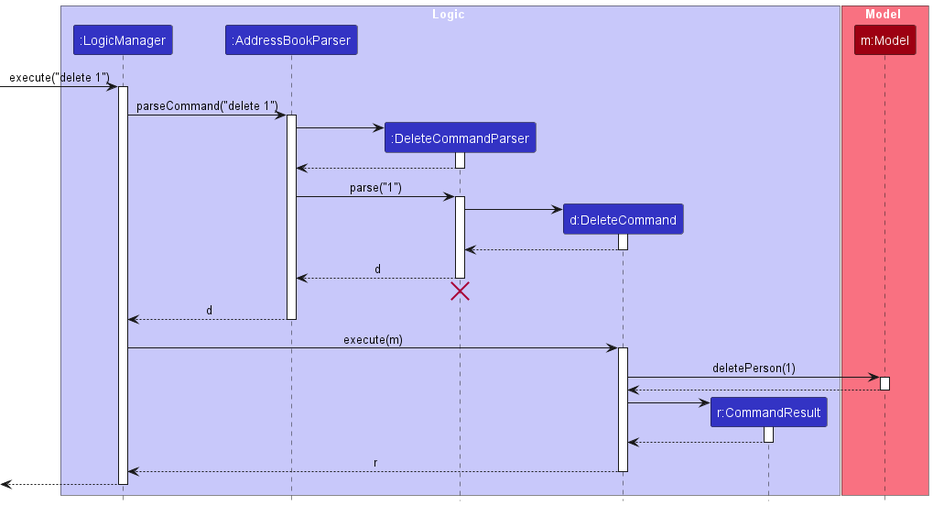
Before: docs/images/DeleteSequenceDiagram.png, a diagram exported from PlantUML (AY2627S1-CS2103T-W11-1/tp).
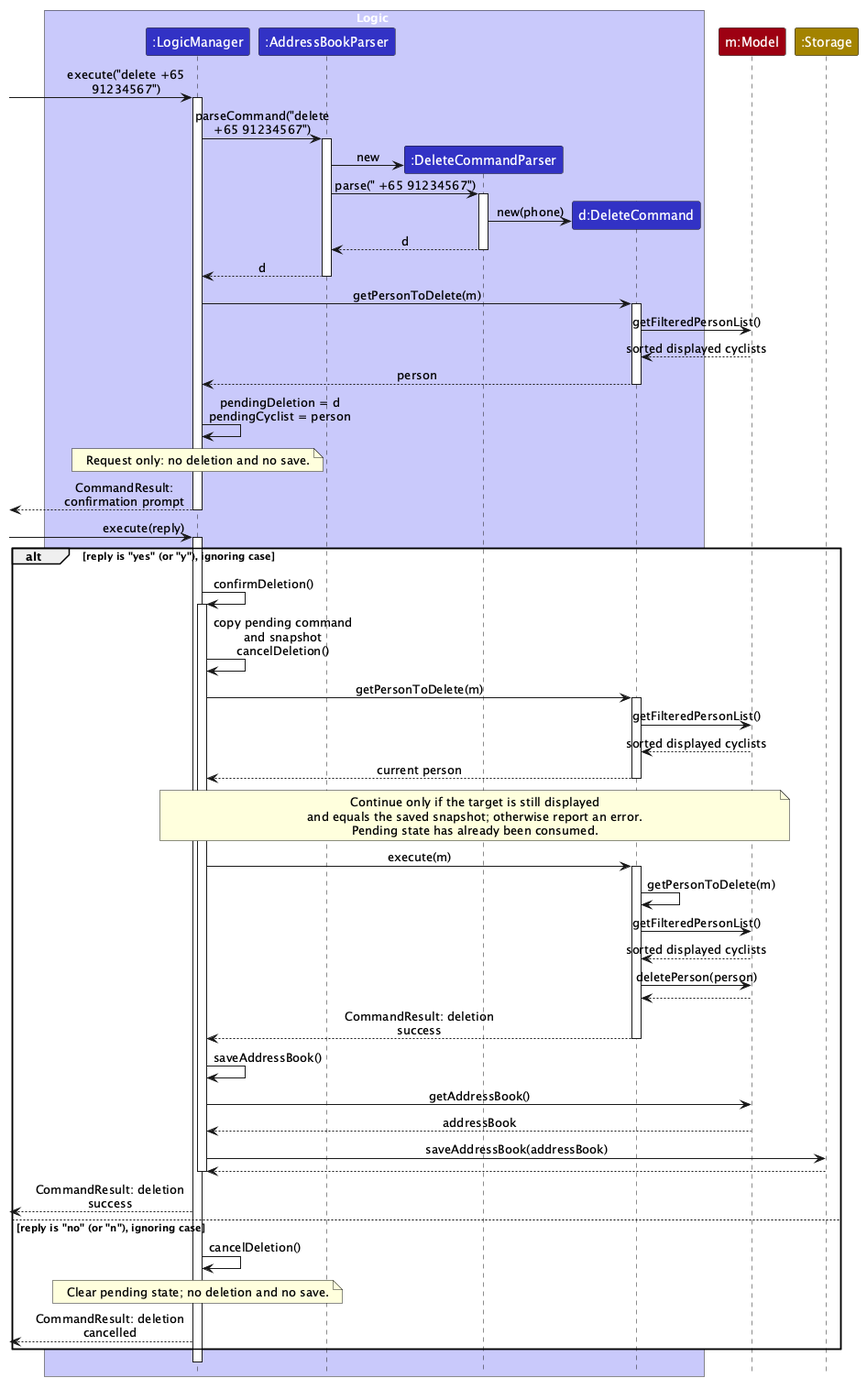
The same file after the commit.

Commit message:
Update Model and deletion diagrams for v1.5

Change to the diagram source:
```diff
@@ -1,69 +1,80 @@
 @startuml
 !include style.puml
 skinparam ArrowFontStyle plain
+skinparam maxMessageSize 170
+!pragma sequenceMessageSpan true
 
 box Logic LOGIC_COLOR_T1
 participant ":LogicManager" as LogicManager LOGIC_COLOR
-participant ":AddressBookParser" as AddressBookParser LOGIC_COLOR
-participant ":DeleteCommandParser" as DeleteCommandParser LOGIC_COLOR
+participant ":AddressBookParser" as Parser LOGIC_COLOR
+participant ":DeleteCommandParser" as DeleteParser LOGIC_COLOR
 participant "d:DeleteCommand" as DeleteCommand LOGIC_COLOR
-participant "r:CommandResult" as CommandResult LOGIC_COLOR
 end box
+participant "m:Model" as Model MODEL_COLOR
+participant ":Storage" as Storage STORAGE_COLOR
 
-box Model MODEL_COLOR_T1
-participant "m:Model" as Model MODEL_COLOR
-end box
+[-> LogicManager : execute("delete +65 91234567")
+activate LogicManager
+LogicManager -> Parser : parseCommand("delete +65 91234567")
+activate Parser
+create DeleteParser
+Parser -> DeleteParser : new
+Parser -> DeleteParser : parse(" +65 91234567")
+activate DeleteParser
+create DeleteCommand
+DeleteParser -> DeleteCommand : new(phone)
+DeleteParser --> Parser : d
+deactivate DeleteParser
+Parser --> LogicManager : d
+deactivate Parser
+LogicManager -> DeleteCommand : getPersonToDelete(m)
+activate DeleteCommand
+DeleteCommand -> Model : getFilteredPersonList()
+Model --> DeleteCommand : sorted displayed cyclists
+DeleteCommand --> LogicManager : person
+deactivate DeleteCommand
+LogicManager -> LogicManager : pendingDeletion = d\npendingCyclist = person
+note over LogicManager : Request only: no deletion and no save.
+[<-- LogicManager : CommandResult: confirmation prompt
+deactivate LogicManager
 
-[-> LogicManager : execute("delete 1")
+[-> LogicManager : execute(reply)
 activate LogicManager
-
-LogicManager -> AddressBookParser : parseCommand("delete 1")
-activate AddressBookParser
-
-create DeleteCommandParser
-AddressBookParser -> DeleteCommandParser
-activate DeleteCommandParser
-
-DeleteCommandParser --> AddressBookParser
-deactivate DeleteCommandParser
-
-AddressBookParser -> DeleteCommandParser : parse("1")
-activate DeleteCommandParser
-
-create DeleteCommand
-DeleteCommandParser -> DeleteCommand
-activate DeleteCommand
-
-DeleteCommand --> DeleteCommandParser :
-deactivate DeleteCommand
-
-DeleteCommandParser --> AddressBookParser : d
-deactivate DeleteCommandParser
-DeleteCommandParser -[hidden]-> AddressBookParser
-destroy DeleteCommandParser
-
-AddressBookParser --> LogicManager : d
-deactivate AddressBookParser
-
-LogicManager -> DeleteCommand : execute(m)
-activate DeleteCommand
-
-DeleteCommand -> Model : deletePerson(1)
-activate Model
-
-Model --> DeleteCommand
-deactivate Model
-
-create CommandResult
-DeleteCommand -> CommandResult
-activate CommandResult
-
-CommandResult --> DeleteCommand
-deactivate CommandResult
-
-DeleteCommand --> LogicManager : r
-deactivate DeleteCommand
-
-[<--LogicManager
+alt reply is "yes" (or "y"), ignoring case
+    LogicManager -> LogicManager : confirmDeletion()
+    activate LogicManager
+    LogicManager -> LogicManager : copy pending command and snapshot\ncancelDeletion()
+    LogicManager -> DeleteCommand : getPersonToDelete(m)
+    activate DeleteCommand
+    DeleteCommand -> Model : getFilteredPersonList()
+    Model --> DeleteCommand : sorted displayed cyclists
+    DeleteCommand --> LogicManager : current person
+    deactivate DeleteCommand
+    note over LogicManager, Model
+      Continue only if the target is still displayed
+      and equals the saved snapshot; otherwise report an error.
+      Pending state has already been consumed.
+    end note
+    LogicManager -> DeleteCommand : execute(m)
+    activate DeleteCommand
+    DeleteCommand -> DeleteCommand : getPersonToDelete(m)
+    DeleteCommand -> Model : getFilteredPersonList()
+    Model --> DeleteCommand : sorted displayed cyclists
+    DeleteCommand -> Model : deletePerson(person)
+    Model --> DeleteCommand
+    DeleteCommand --> LogicManager : CommandResult: deletion success
+    deactivate DeleteCommand
+    LogicManager -> LogicManager : saveAddressBook()
+    LogicManager -> Model : getAddressBook()
+    Model --> LogicManager : addressBook
+    LogicManager -> Storage : saveAddressBook(addressBook)
+    Storage --> LogicManager
+    deactivate LogicManager
+    [<-- LogicManager : CommandResult: deletion success
+else reply is "no" (or "n"), ignoring case
+    LogicManager -> LogicManager : cancelDeletion()
+    note over LogicManager : Clear pending state; no deletion and no save.
+    [<-- LogicManager : CommandResult: deletion cancelled
+end
 deactivate LogicManager
 @enduml
```
